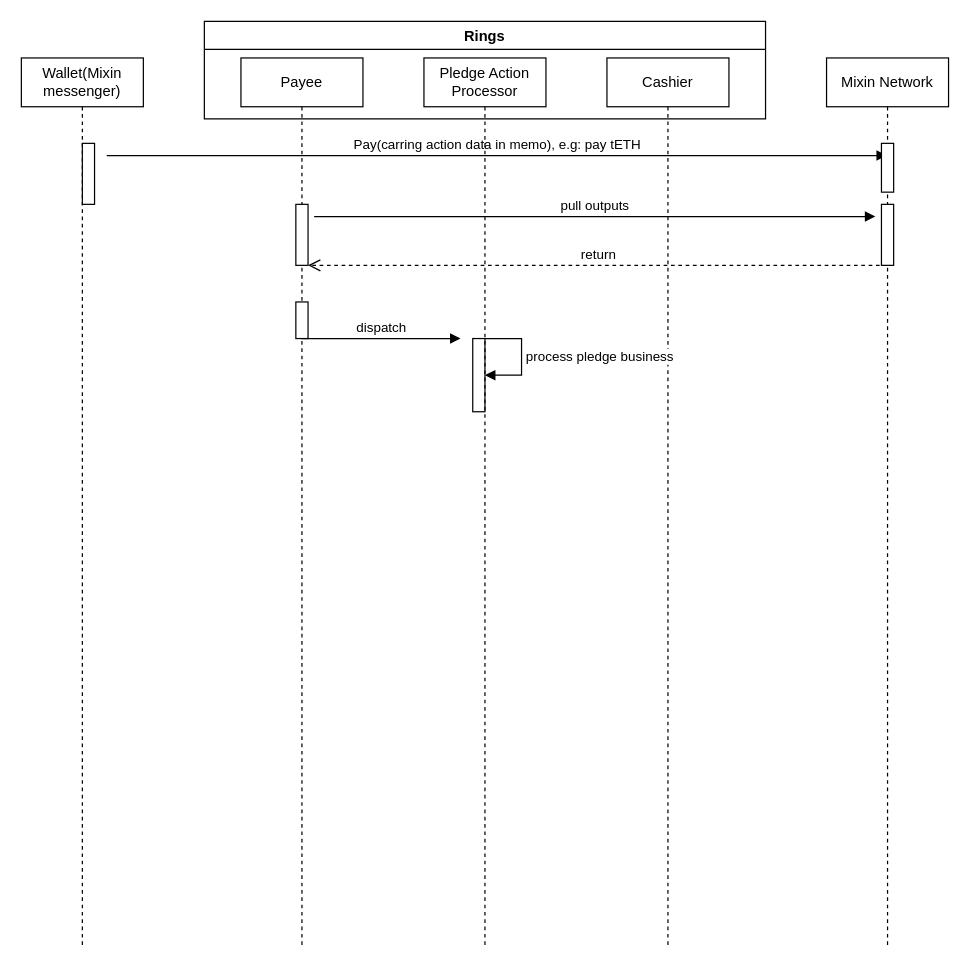
The draw.io diagram docs/images/tl_pledge.drawio in fox-one/compound, before the edit. Source tidied: cells renumbered, new cells numbered last; positions are measured from the earlier drawing's top-left corner, leaving out a move shared by most shapes. Both pictures are drawn from the tidied source at 122%, with x=0, y=0 at pixel (21, 21).
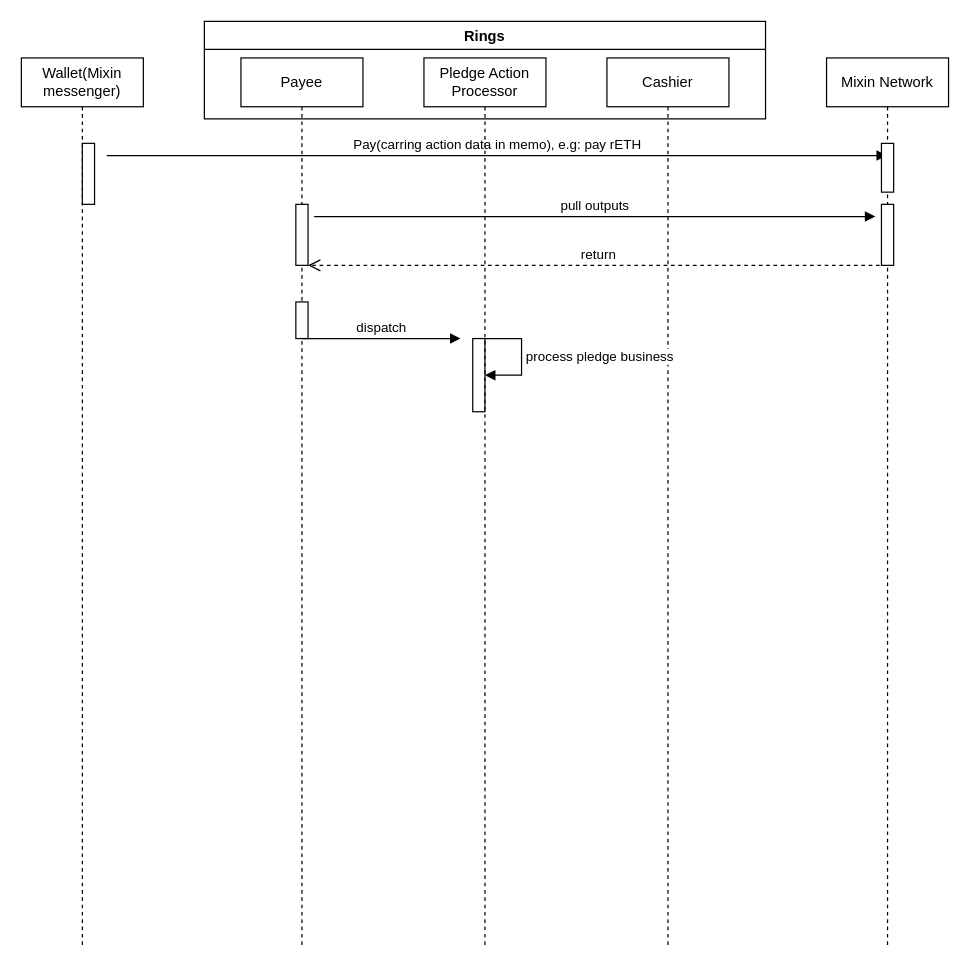
After the change.

Unchanged cells that the change refers to:
```xml
<mxCell id="2" value="Wallet(Mixin messenger)" style="shape=umlLifeline;perimeter=lifelinePerimeter;whiteSpace=wrap;html=1;" parent="1" vertex="1">
  <mxGeometry y="30" width="100" height="730" as="geometry" />
</mxCell>
<mxCell id="5" value="Mixin Network" style="shape=umlLifeline;perimeter=lifelinePerimeter;whiteSpace=wrap;html=1;outlineConnect=0;" parent="1" vertex="1">
  <mxGeometry x="660" y="30" width="100" height="730" as="geometry" />
</mxCell>
```

What changed in the source:
```diff
@@
-    <mxCell id="4" value="Pay(carring action data in memo), e.g: pay tETH" style="html=1;verticalAlign=bottom;endArrow=block;" parent="2" edge="1" target="5">
+    <mxCell id="4" value="Pay(carring action data in memo), e.g: pay rETH" style="html=1;verticalAlign=bottom;endArrow=block;" parent="2" edge="1" target="5">
       <mxGeometry relative="1" as="geometry">
         <mxPoint x="70" y="80" as="sourcePoint" />
       </mxGeometry>
     </mxCell>
```
